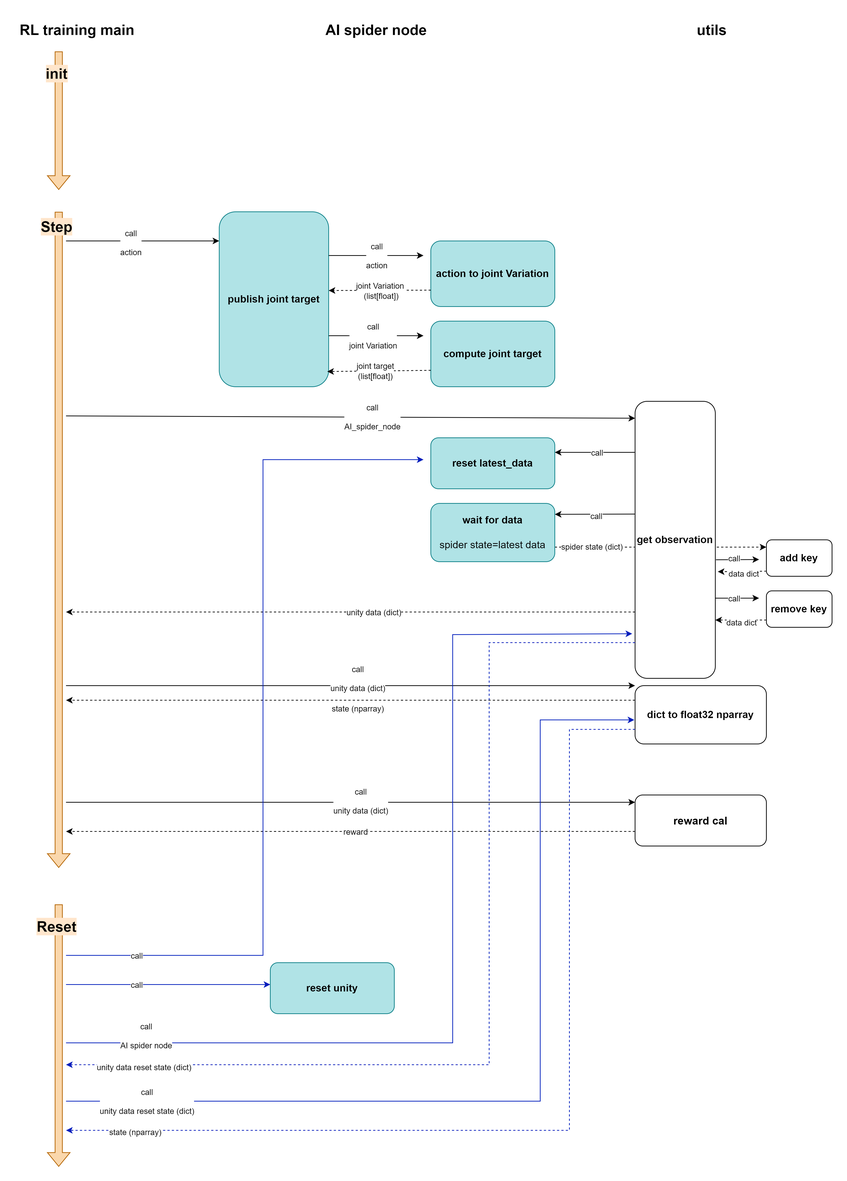
siangting/pros_ai_spider keeps this draw.io diagram as diagram/RL training main.drawio.png. Above is the earlier version. Source tidied: cells renumbered, new cells last; positions are measured from the earlier drawing's top-left corner, leaving out a move shared by most shapes.
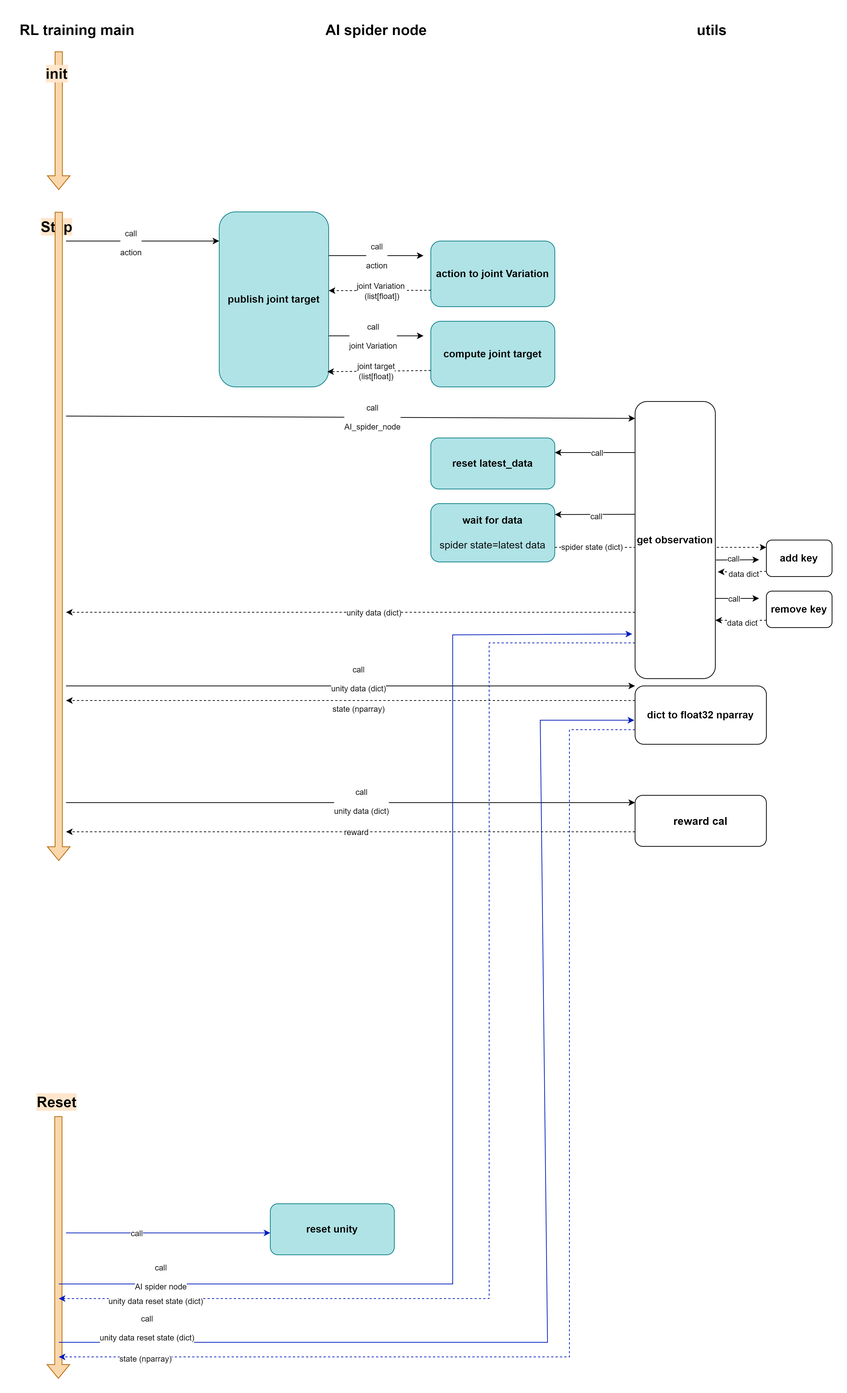
The same diagram one commit later.

Change to the diagram source:
```diff
@@ -194,12 +194,6 @@
         <mxPoint x="26" y="9" as="offset" />
       </mxGeometry>
     </mxCell>
-    <mxCell id="47" style="shape=flexArrow;endArrow=classic;html=1;rounded=0;fillColor=#fad7ac;strokeColor=#b46504;" parent="1" edge="1">
-      <mxGeometry relative="1" as="geometry">
-        <mxPoint x="60" y="270" as="sourcePoint" />
-        <mxPoint x="60" y="1170" as="targetPoint" />
-      </mxGeometry>
-    </mxCell>
     <mxCell id="48" value="Step" style="edgeLabel;html=1;align=center;verticalAlign=middle;fontSize=20;fontStyle=1;labelBackgroundColor=#FFE6CC;" parent="1" vertex="1">
       <mxGeometry x="30" y="280" as="geometry">
         <mxPoint x="26" y="9" as="offset" />
@@ -228,35 +222,22 @@
     </mxCell>
     <mxCell id="54" style="shape=flexArrow;endArrow=classic;html=1;rounded=0;fillColor=#fad7ac;strokeColor=#b46504;" parent="1" edge="1">
       <mxGeometry relative="1" as="geometry">
-        <mxPoint x="60" y="1220" as="sourcePoint" />
-        <mxPoint x="60" y="1580" as="targetPoint" />
+        <mxPoint x="59.5" y="1510" as="sourcePoint" />
+        <mxPoint x="59.5" y="1870" as="targetPoint" />
       </mxGeometry>
     </mxCell>
     <mxCell id="55" value="Reset" style="edgeLabel;html=1;align=center;verticalAlign=middle;fontSize=20;fontStyle=1;labelBackgroundColor=#FFE6CC;" parent="1" vertex="1">
-      <mxGeometry x="30" y="1240" as="geometry">
+      <mxGeometry x="30" y="1480" as="geometry">
         <mxPoint x="26" y="9" as="offset" />
       </mxGeometry>
     </mxCell>
-    <mxCell id="56" style="endArrow=classic;html=1;rounded=0;fillColor=#0050ef;strokeColor=#001DBC;" parent="1" edge="1">
-      <mxGeometry relative="1" as="geometry">
-        <mxPoint x="70" y="1290" as="sourcePoint" />
-        <mxPoint x="560" y="610" as="targetPoint" />
-        <Array as="points">
-          <mxPoint x="340" y="1290" />
-          <mxPoint x="340" y="610" />
-        </Array>
-      </mxGeometry>
-    </mxCell>
-    <mxCell id="57" value="call" style="edgeLabel;html=1;align=center;verticalAlign=middle;" parent="56" vertex="1">
-      <mxGeometry x="-0.83" relative="1" as="geometry" />
-    </mxCell>
     <mxCell id="58" value="&lt;font style=&quot;font-size: 14px;&quot;&gt;&lt;b&gt;reset unity&lt;/b&gt;&lt;/font&gt;" style="rounded=1;whiteSpace=wrap;html=1;fillColor=#b0e3e6;strokeColor=#0e8088;" parent="1" vertex="1">
-      <mxGeometry x="350" y="1300" width="170" height="70" as="geometry" />
+      <mxGeometry x="350" y="1630" width="170" height="70" as="geometry" />
     </mxCell>
     <mxCell id="59" style="endArrow=classic;html=1;rounded=0;fillColor=#0050ef;strokeColor=#001DBC;" parent="1" edge="1">
       <mxGeometry relative="1" as="geometry">
-        <mxPoint x="70" y="1330" as="sourcePoint" />
-        <mxPoint x="350" y="1330" as="targetPoint" />
+        <mxPoint x="70" y="1670" as="sourcePoint" />
+        <mxPoint x="350" y="1670" as="targetPoint" />
       </mxGeometry>
     </mxCell>
     <mxCell id="60" value="call" style="edgeLabel;html=1;align=center;verticalAlign=middle;" parent="59" vertex="1">
@@ -264,9 +245,9 @@
     </mxCell>
     <mxCell id="61" style="endArrow=classic;html=1;rounded=0;entryX=-0.036;entryY=0.839;entryDx=0;entryDy=0;entryPerimeter=0;fillColor=#0050ef;strokeColor=#001DBC;" parent="1" edge="1" target="20">
       <mxGeometry relative="1" as="geometry">
-        <mxPoint x="70" y="1410" as="sourcePoint" />
+        <mxPoint x="60" y="1740" as="sourcePoint" />
         <Array as="points">
-          <mxPoint x="600" y="1410" />
+          <mxPoint x="600" y="1740" />
           <mxPoint x="600" y="850" />
         </Array>
       </mxGeometry>
@@ -278,10 +259,10 @@
     </mxCell>
     <mxCell id="63" style="endArrow=classic;html=1;rounded=0;exitX=0;exitY=0.871;exitDx=0;exitDy=0;exitPerimeter=0;dashed=1;fillColor=#0050ef;strokeColor=#001DBC;" parent="1" edge="1" source="20">
       <mxGeometry relative="1" as="geometry">
-        <mxPoint x="70" y="1440" as="targetPoint" />
+        <mxPoint x="60" y="1760" as="targetPoint" />
         <Array as="points">
           <mxPoint x="650" y="861" />
-          <mxPoint x="650" y="1440" />
+          <mxPoint x="650" y="1760" />
         </Array>
       </mxGeometry>
     </mxCell>
@@ -290,27 +271,33 @@
     </mxCell>
     <mxCell id="65" style="endArrow=classic;html=1;rounded=0;entryX=-0.006;entryY=0.588;entryDx=0;entryDy=0;entryPerimeter=0;fillColor=#0050ef;strokeColor=#001DBC;" parent="1" edge="1" target="42">
       <mxGeometry relative="1" as="geometry">
-        <mxPoint x="70" y="1490" as="sourcePoint" />
+        <mxPoint x="60" y="1820" as="sourcePoint" />
         <Array as="points">
-          <mxPoint x="720" y="1490" />
+          <mxPoint x="730" y="1820" />
           <mxPoint x="720" y="967" />
         </Array>
       </mxGeometry>
     </mxCell>
     <mxCell id="66" value="&lt;div&gt;call&lt;/div&gt;&lt;div&gt;&lt;br&gt;&lt;/div&gt;unity data reset state (dict)" style="edgeLabel;html=1;align=center;verticalAlign=middle;" parent="1" vertex="1">
-      <mxGeometry x="180" y="1490" as="geometry" />
+      <mxGeometry x="180" y="1800" as="geometry" />
     </mxCell>
     <mxCell id="67" style="endArrow=classic;html=1;rounded=0;exitX=0;exitY=0.75;exitDx=0;exitDy=0;dashed=1;fillColor=#0050ef;strokeColor=#001DBC;" parent="1" edge="1" source="42">
       <mxGeometry relative="1" as="geometry">
-        <mxPoint x="70" y="1530" as="targetPoint" />
+        <mxPoint x="60" y="1840" as="targetPoint" />
         <Array as="points">
           <mxPoint x="760" y="980" />
-          <mxPoint x="760" y="1530" />
+          <mxPoint x="760" y="1840" />
         </Array>
       </mxGeometry>
     </mxCell>
     <mxCell id="68" value="state (nparray)" style="edgeLabel;html=1;align=center;verticalAlign=middle;" parent="67" vertex="1">
       <mxGeometry x="0.86" y="2" relative="1" as="geometry" />
     </mxCell>
+    <mxCell id="69" style="shape=flexArrow;endArrow=classic;html=1;rounded=0;fillColor=#fad7ac;strokeColor=#b46504;" parent="1" edge="1">
+      <mxGeometry relative="1" as="geometry">
+        <mxPoint x="60" y="270" as="sourcePoint" />
+        <mxPoint x="60" y="1160" as="targetPoint" />
+      </mxGeometry>
+    </mxCell>
   </root>
 </mxGraphModel>
```
